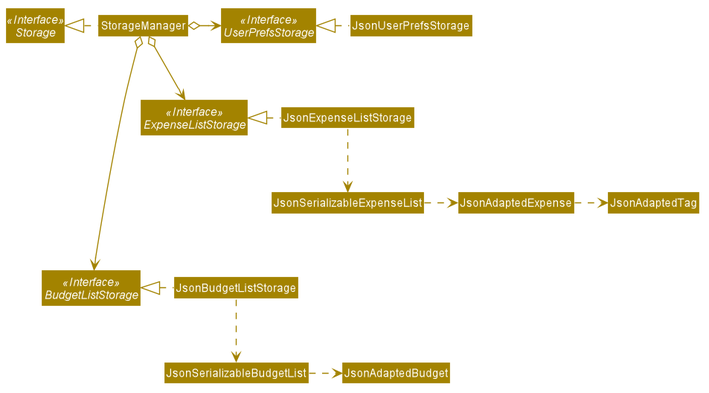
Earlier version of the PlantUML export images/StorageClassDiagram.png (AY1920S1-CS2103-T14-4/main).
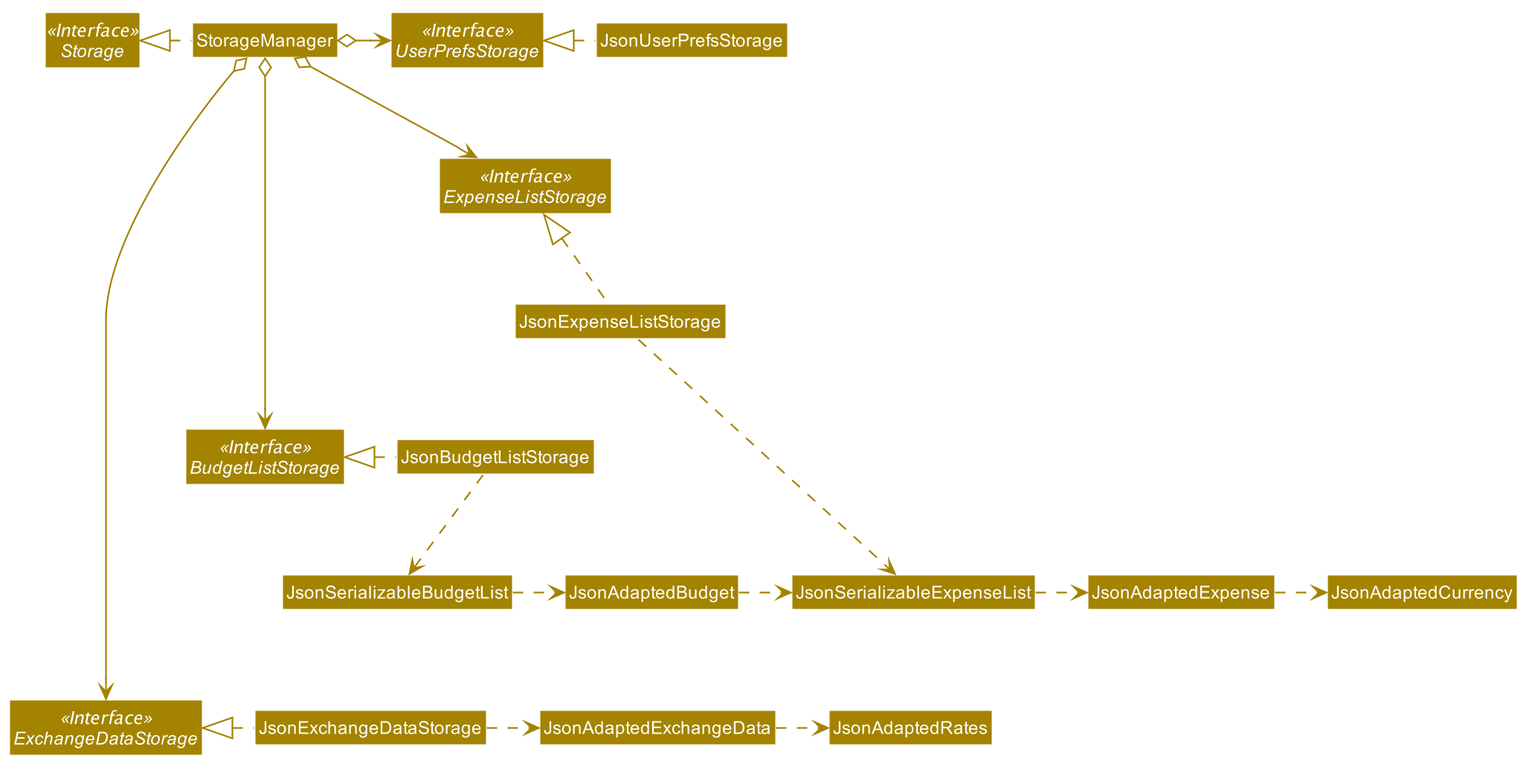
The same file after the commit.

Change to the diagram source:
```diff
@@ -55,27 +55,36 @@
 Interface UserPrefsStorage <<Interface>>
 Interface ExpenseListStorage <<Interface>>
 Interface BudgetListStorage <<Interface>>
+Interface ExchangeDataStorage <<Interface>>
 
 Class StorageManager
 Class JsonUserPrefsStorage
 Class JsonExpenseListStorage
 Class JsonBudgetListStorage
+Class JsonExchangeDataStorage
 
 
 StorageManager .left.|> Storage
 StorageManager o-right-> UserPrefsStorage
 StorageManager o--> ExpenseListStorage
 StorageManager o----> BudgetListStorage
+StorageManager o------> ExchangeDataStorage
 
 
 JsonUserPrefsStorage .left.|> UserPrefsStorage
 JsonExpenseListStorage .left.|> ExpenseListStorage
 JsonBudgetListStorage .left.|> BudgetListStorage
+JsonExchangeDataStorage .left.|> ExchangeDataStorage
 
 JsonExpenseListStorage .down.> JsonSerializableExpenseList
 JsonSerializableExpenseList .right.> JsonAdaptedExpense
-JsonAdaptedExpense .right.> JsonAdaptedTag
+JsonAdaptedExpense .right.> JsonAdaptedCurrency
+JsonExchangeDataStorage .right.> JsonAdaptedExchangeData
+JsonAdaptedExchangeData .right.> JsonAdaptedRates
 
 JsonBudgetListStorage .down.> JsonSerializableBudgetList
 JsonSerializableBudgetList .right.> JsonAdaptedBudget
+JsonAdaptedBudget .right.> JsonSerializableExpenseList
+
+
 @enduml
```
